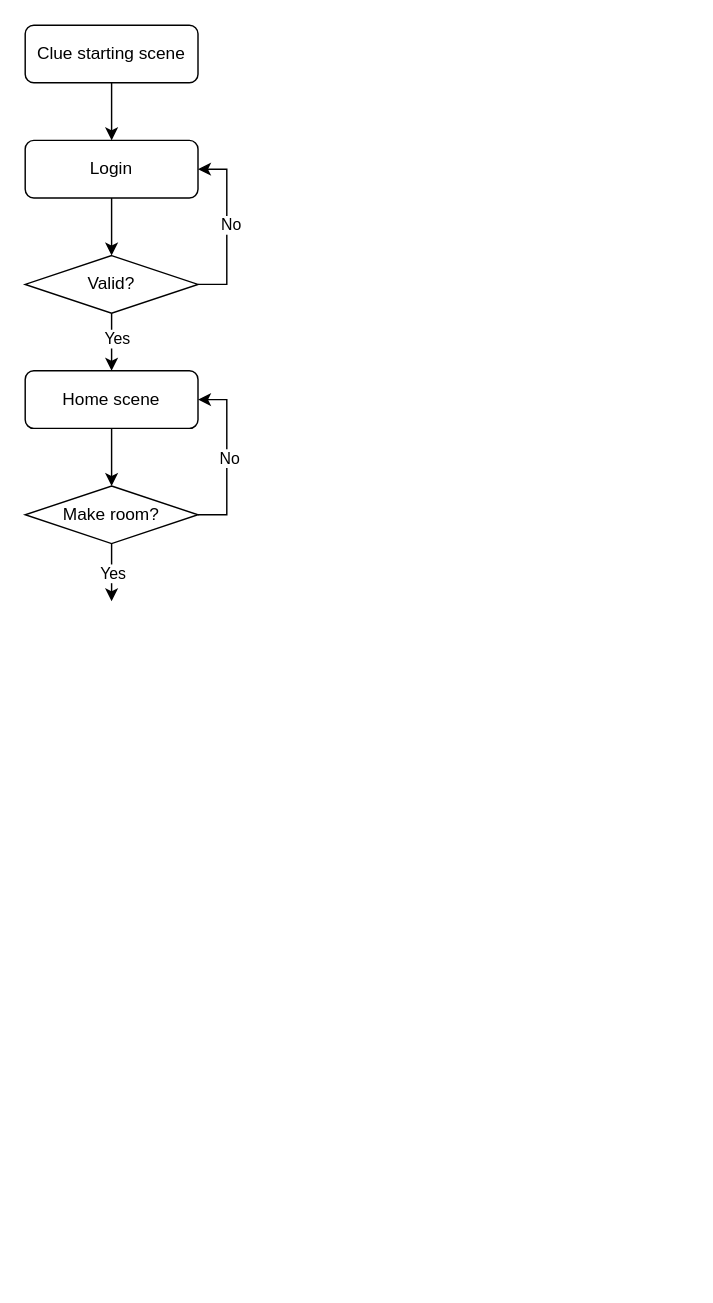
Earlier version of the draw.io diagram Flowchart.drawio (kimsunho2000/projectClue). Source tidied: cells renumbered, new cells numbered last; positions are measured from the earlier drawing's top-left corner, leaving out a move shared by most shapes. Both pictures are drawn from the tidied source at 144%, with x=0, y=0 at pixel (24, 24).
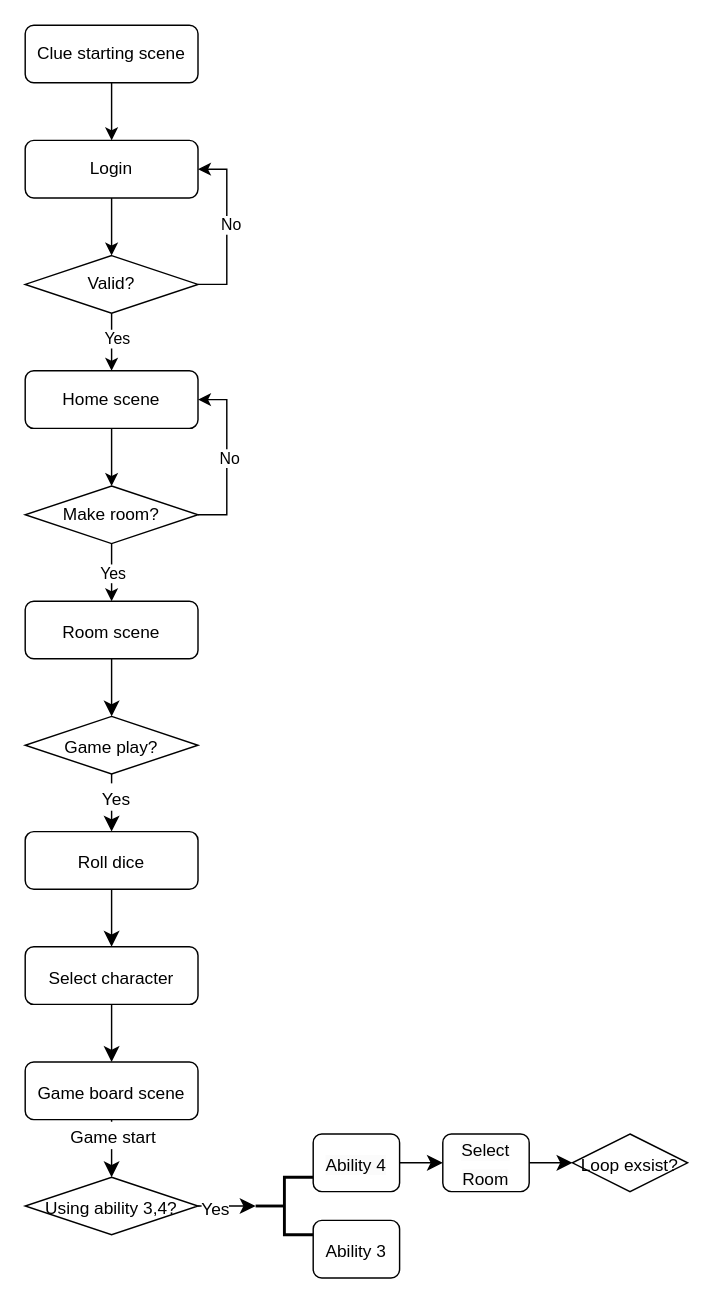
The same page after the edit.

Change to the diagram source:
```diff
@@
+    <mxCell id="19" style="edgeStyle=none;curved=1;rounded=0;jettySize=auto;html=1;fontSize=12;startSize=8;endSize=8;" parent="1" edge="1" source="20" target="23">
+      <mxGeometry relative="1" as="geometry" />
+    </mxCell>
+    <mxCell id="20" value="&lt;font style=&quot;font-size: 12px;&quot;&gt;Room scene&lt;/font&gt;" style="rounded=1;whiteSpace=wrap;html=1;fontSize=16;" parent="1" vertex="1">
+      <mxGeometry y="400" width="120" height="40" as="geometry" />
+    </mxCell>
+    <mxCell id="21" style="edgeStyle=none;curved=1;rounded=0;jettySize=auto;html=1;fontSize=12;startSize=8;endSize=8;" parent="1" edge="1" source="23" target="25">
+      <mxGeometry relative="1" as="geometry" />
+    </mxCell>
+    <mxCell id="22" value="&lt;font style=&quot;font-size: 12px;&quot;&gt;Yes&lt;/font&gt;" style="edgeLabel;html=1;align=center;verticalAlign=middle;fontSize=16;" parent="21" vertex="1">
+      <mxGeometry x="-0.24" y="2" relative="1" as="geometry" />
+    </mxCell>
+    <mxCell id="23" value="&lt;font style=&quot;font-size: 12px;&quot;&gt;Game play?&lt;/font&gt;" style="rhombus;whiteSpace=wrap;html=1;fontSize=16;" parent="1" vertex="1">
+      <mxGeometry y="480" width="120" height="40" as="geometry" />
+    </mxCell>
+    <mxCell id="24" style="edgeStyle=none;curved=1;rounded=0;jettySize=auto;html=1;fontSize=12;startSize=8;endSize=8;" parent="1" edge="1" source="25" target="27">
+      <mxGeometry relative="1" as="geometry" />
+    </mxCell>
+    <mxCell id="25" value="&lt;font style=&quot;font-size: 12px;&quot;&gt;Roll dice&lt;/font&gt;" style="rounded=1;whiteSpace=wrap;html=1;fontSize=16;" parent="1" vertex="1">
+      <mxGeometry y="560" width="120" height="40" as="geometry" />
+    </mxCell>
+    <mxCell id="26" style="edgeStyle=none;curved=1;rounded=0;jettySize=auto;html=1;fontSize=12;startSize=8;endSize=8;" parent="1" edge="1" source="27" target="30">
+      <mxGeometry relative="1" as="geometry" />
+    </mxCell>
+    <mxCell id="27" value="&lt;font style=&quot;font-size: 12px;&quot;&gt;Select character&lt;/font&gt;" style="rounded=1;whiteSpace=wrap;html=1;fontSize=16;" parent="1" vertex="1">
+      <mxGeometry y="640" width="120" height="40" as="geometry" />
+    </mxCell>
+    <mxCell id="28" style="edgeStyle=none;curved=1;rounded=0;jettySize=auto;html=1;fontSize=12;startSize=8;endSize=8;" parent="1" edge="1" source="30">
+      <mxGeometry relative="1" as="geometry">
+        <mxPoint x="60" y="800" as="targetPoint" />
+      </mxGeometry>
+    </mxCell>
+    <mxCell id="29" value="&lt;font style=&quot;font-size: 12px;&quot;&gt;Game start&lt;/font&gt;" style="edgeLabel;html=1;align=center;verticalAlign=middle;fontSize=16;" parent="28" vertex="1">
+      <mxGeometry x="0.2" y="-1" relative="1" as="geometry">
+        <mxPoint x="1" y="-14" as="offset" />
+      </mxGeometry>
+    </mxCell>
+    <mxCell id="30" value="&lt;span style=&quot;font-size: 12px;&quot;&gt;Game board scene&lt;/span&gt;" style="whiteSpace=wrap;html=1;fontSize=16;rounded=1;" parent="1" vertex="1">
+      <mxGeometry y="720" width="120" height="40" as="geometry" />
+    </mxCell>
+    <mxCell id="31" value="&lt;font style=&quot;font-size: 12px;&quot;&gt;Using ability 3,4?&lt;/font&gt;" style="rhombus;whiteSpace=wrap;html=1;fontSize=16;" parent="1" vertex="1">
+      <mxGeometry y="800" width="120" height="40" as="geometry" />
+    </mxCell>
+    <mxCell id="32" style="strokeWidth=2;html=1;shape=mxgraph.flowchart.annotation_2;align=left;labelPosition=right;fontSize=16;" parent="1" vertex="1">
+      <mxGeometry x="160" y="800" width="40" height="40" as="geometry" />
+    </mxCell>
+    <mxCell id="33" style="edgeStyle=none;curved=1;rounded=0;jettySize=auto;html=1;entryX=0;entryY=0.5;entryDx=0;entryDy=0;entryPerimeter=0;fontSize=12;startSize=8;endSize=8;" parent="1" edge="1" source="31" target="32">
+      <mxGeometry relative="1" as="geometry" />
+    </mxCell>
+    <mxCell id="34" value="&lt;font style=&quot;font-size: 12px;&quot;&gt;Yes&lt;/font&gt;" style="edgeLabel;html=1;align=center;verticalAlign=middle;fontSize=16;" parent="33" vertex="1">
+      <mxGeometry x="-0.46" y="-3" relative="1" as="geometry">
+        <mxPoint y="-3" as="offset" />
+      </mxGeometry>
+    </mxCell>
+    <mxCell id="35" value="&lt;font style=&quot;font-size: 12px;&quot;&gt;Ability 3&lt;/font&gt;" style="rounded=1;whiteSpace=wrap;html=1;fontSize=16;" parent="1" vertex="1">
+      <mxGeometry x="200" y="830" width="60" height="40" as="geometry" />
+    </mxCell>
+    <mxCell id="36" style="edgeStyle=none;curved=1;rounded=0;jettySize=auto;html=1;exitX=1;exitY=0.5;exitDx=0;exitDy=0;entryX=0;entryY=0.5;entryDx=0;entryDy=0;fontSize=12;startSize=8;endSize=8;" parent="1" edge="1" source="37" target="39">
+      <mxGeometry relative="1" as="geometry" />
+    </mxCell>
+    <mxCell id="37" value="&lt;span style=&quot;color: rgb(0, 0, 0); font-family: Helvetica; font-size: 12px; font-style: normal; font-variant-ligatures: normal; font-variant-caps: normal; font-weight: 400; letter-spacing: normal; orphans: 2; text-align: center; text-indent: 0px; text-transform: none; widows: 2; word-spacing: 0px; -webkit-text-stroke-width: 0px; background-color: rgb(251, 251, 251); text-decoration-thickness: initial; text-decoration-style: initial; text-decoration-color: initial; float: none; display: inline !important;&quot;&gt;Ability 4&lt;/span&gt;" style="rounded=1;whiteSpace=wrap;html=1;fontSize=16;" parent="1" vertex="1">
+      <mxGeometry x="200" y="770" width="60" height="40" as="geometry" />
+    </mxCell>
+    <mxCell id="38" style="edgeStyle=none;curved=1;rounded=0;jettySize=auto;html=1;entryX=0;entryY=0.5;entryDx=0;entryDy=0;fontSize=12;startSize=8;endSize=8;" parent="1" edge="1" source="39" target="40">
+      <mxGeometry relative="1" as="geometry" />
+    </mxCell>
+    <mxCell id="39" value="&lt;span style=&quot;color: rgb(0, 0, 0); font-family: Helvetica; font-size: 12px; font-style: normal; font-variant-ligatures: normal; font-variant-caps: normal; font-weight: 400; letter-spacing: normal; orphans: 2; text-align: center; text-indent: 0px; text-transform: none; widows: 2; word-spacing: 0px; -webkit-text-stroke-width: 0px; background-color: rgb(251, 251, 251); text-decoration-thickness: initial; text-decoration-style: initial; text-decoration-color: initial; float: none; display: inline !important;&quot;&gt;Select Room&lt;/span&gt;" style="rounded=1;whiteSpace=wrap;html=1;fontSize=16;" parent="1" vertex="1">
+      <mxGeometry x="290" y="770" width="60" height="40" as="geometry" />
+    </mxCell>
+    <mxCell id="40" value="&lt;font style=&quot;font-size: 12px;&quot;&gt;Loop exsist?&lt;/font&gt;" style="rhombus;whiteSpace=wrap;html=1;fontSize=16;" parent="1" vertex="1">
+      <mxGeometry x="380" y="770" width="80" height="40" as="geometry" />
+    </mxCell>
```
